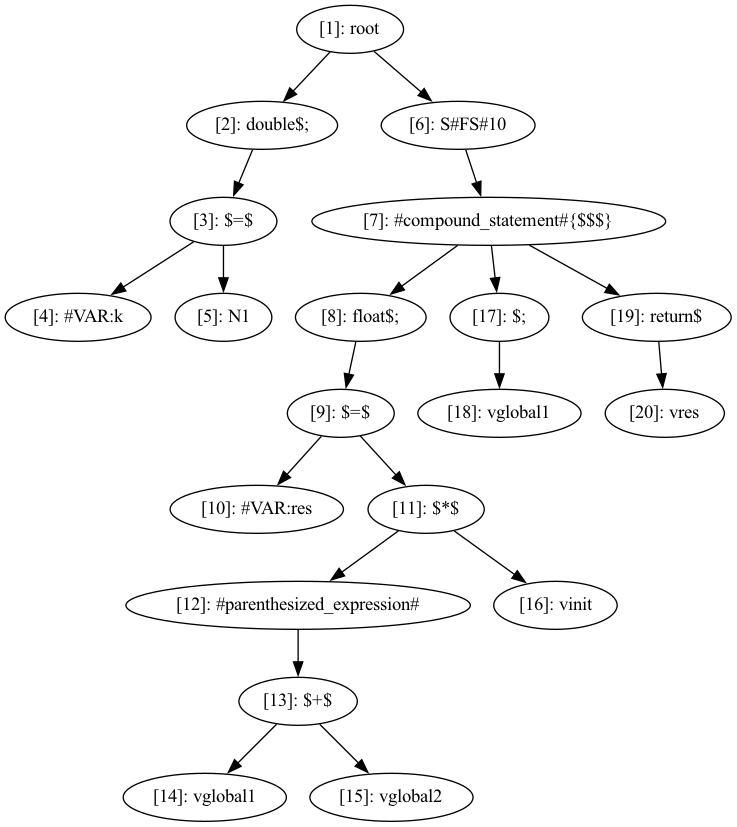
This is cass.png from deryaerman/DIA-System-DS-Plagiarism-Checker-GIT, a Graphviz export, as it was before one commit. Its source is kept beside it as cass.dot.
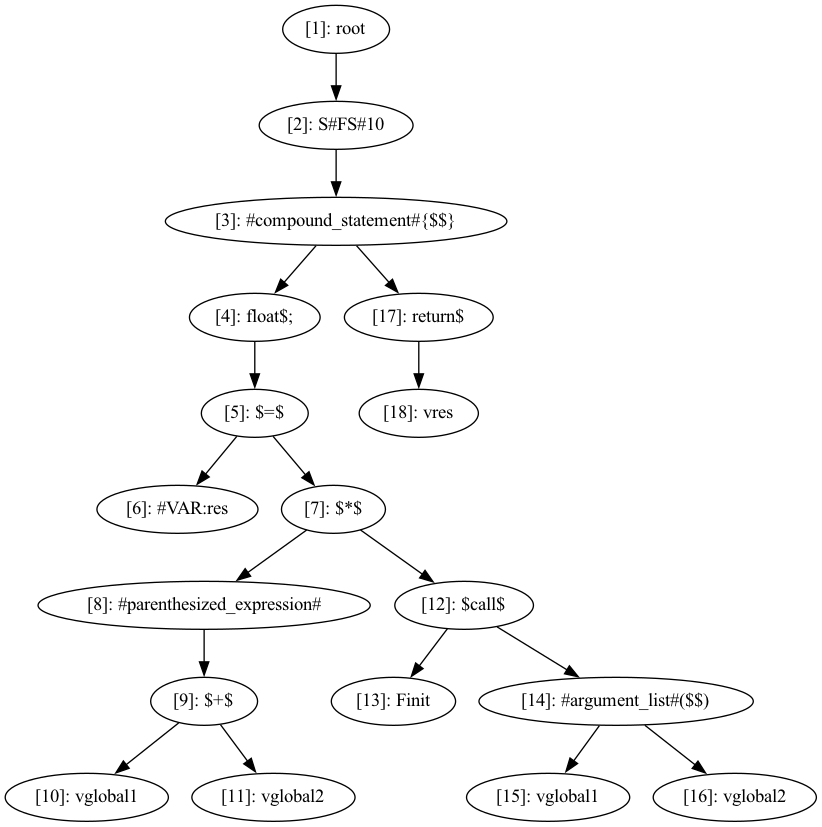
Later version of the same file.

Diff of the diagram source:
```diff
@@ -1,42 +1,38 @@
 digraph CASS {
   node [shape=ellipse];
   n1 [label="[1]: root"];
-  n2 [label="[2]: double$;"];
-  n3 [label="[3]: $=$"];
-  n4 [label="[4]: #VAR:k"];
-  n5 [label="[5]: N1"];
-  n6 [label="[6]: S#FS#10"];
-  n7 [label="[7]: #compound_statement#{$$$}"];
-  n8 [label="[8]: float$;"];
-  n9 [label="[9]: $=$"];
-  n10 [label="[10]: #VAR:res"];
-  n11 [label="[11]: $*$"];
-  n12 [label="[12]: #parenthesized_expression#"];
-  n13 [label="[13]: $+$"];
-  n14 [label="[14]: vglobal1"];
-  n15 [label="[15]: vglobal2"];
-  n16 [label="[16]: vinit"];
-  n17 [label="[17]: $;"];
-  n18 [label="[18]: vglobal1"];
-  n19 [label="[19]: return$"];
-  n20 [label="[20]: vres"];
+  n2 [label="[2]: S#FS#10"];
+  n3 [label="[3]: #compound_statement#{$$}"];
+  n4 [label="[4]: float$;"];
+  n5 [label="[5]: $=$"];
+  n6 [label="[6]: #VAR:res"];
+  n7 [label="[7]: $*$"];
+  n8 [label="[8]: #parenthesized_expression#"];
+  n9 [label="[9]: $+$"];
+  n10 [label="[10]: vglobal1"];
+  n11 [label="[11]: vglobal2"];
+  n12 [label="[12]: $call$"];
+  n13 [label="[13]: Finit"];
+  n14 [label="[14]: #argument_list#($$)"];
+  n15 [label="[15]: vglobal1"];
+  n16 [label="[16]: vglobal2"];
+  n17 [label="[17]: return$"];
+  n18 [label="[18]: vres"];
   n1 -> n2;
   n2 -> n3;
   n3 -> n4;
-  n3 -> n5;
-  n1 -> n6;
-  n6 -> n7;
+  n4 -> n5;
+  n5 -> n6;
+  n5 -> n7;
   n7 -> n8;
   n8 -> n9;
   n9 -> n10;
   n9 -> n11;
-  n11 -> n12;
+  n7 -> n12;
   n12 -> n13;
-  n13 -> n14;
-  n13 -> n15;
-  n11 -> n16;
-  n7 -> n17;
+  n12 -> n14;
+  n14 -> n15;
+  n14 -> n16;
+  n3 -> n17;
   n17 -> n18;
-  n7 -> n19;
-  n19 -> n20;
 }
```
